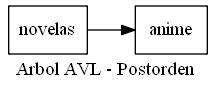
Before: EDD_Proyecto2/Reportes/ArbolPostorden.png, a diagram exported from Graphviz (hr9457/EDD_1S2020_PY2_201314296). Its source is kept beside it as EDD_Proyecto2/ArchivosDot/ArbolPostorden.dot.
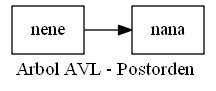
Above is the later version.

The edit, as a diff of the source:
```diff
@@ -1,8 +1,8 @@
 digraph arbolpostorden {
 node [shape = record];
 rankdir=LR;
-nodo0[label="novelas"];
-nodo1[label="anime"];
+nodo0[label="nene"];
+nodo1[label="nana"];
 nodo0->nodo1;
 label = "Arbol AVL - Postorden "
 }
```
